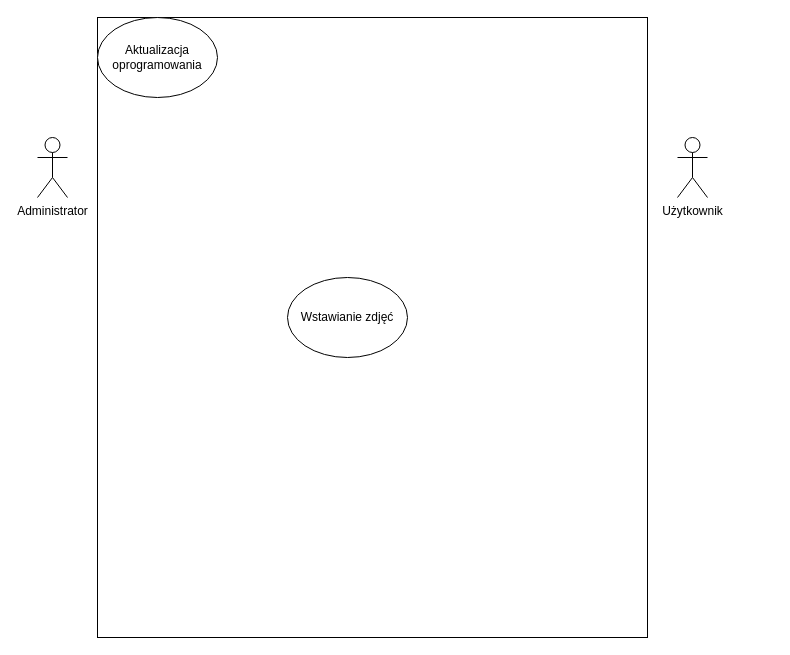
Above: Untitled Diagram.drawio in przemekszw/ReactApp (draw.io), before the change. Source tidied: cells renumbered, new cells numbered last; positions are measured from the earlier drawing's top-left corner, leaving out a move shared by most shapes. Both pictures are drawn from the tidied source at 100%, with x=0, y=0 at pixel (37, 17).
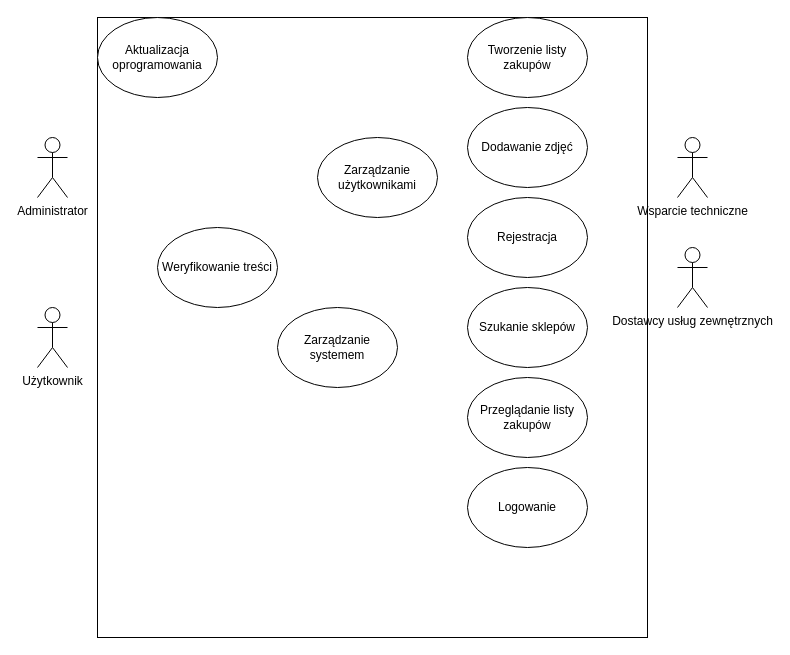
The same page after the edit.

What changed in the source:
```diff
@@
 <mxGraphModel>
   <root>
     <mxCell id="0" />
     <mxCell id="1" parent="0" />
     <mxCell id="2" value="&lt;div&gt;Administrator&lt;/div&gt;" style="shape=umlActor;verticalLabelPosition=bottom;verticalAlign=top;html=1;" parent="1" vertex="1">
       <mxGeometry y="120" width="30" height="60" as="geometry" />
     </mxCell>
     <mxCell id="3" value="&lt;div&gt;Użytkownik&lt;/div&gt;" style="shape=umlActor;verticalLabelPosition=bottom;verticalAlign=top;html=1;" parent="1" vertex="1">
-      <mxGeometry x="640" y="120" width="30" height="60" as="geometry" />
+      <mxGeometry y="290" width="30" height="60" as="geometry" />
     </mxCell>
     <mxCell id="4" style="rounded=0;whiteSpace=wrap;html=1;" parent="1" vertex="1">
       <mxGeometry x="60" width="550" height="620" as="geometry" />
     </mxCell>
     <mxCell id="5" value="&lt;div&gt;Aktualizacja oprogramowania&lt;/div&gt;" style="ellipse;whiteSpace=wrap;html=1;" parent="1" vertex="1">
       <mxGeometry x="60" width="120" height="80" as="geometry" />
     </mxCell>
-    <mxCell id="6" value="&lt;div&gt;Wstawianie zdjęć&lt;/div&gt;" style="ellipse;whiteSpace=wrap;html=1;" parent="1" vertex="1">
-      <mxGeometry x="250" y="260" width="120" height="80" as="geometry" />
+    <mxCell id="6" value="Przeglądanie listy zakupów" style="ellipse;whiteSpace=wrap;html=1;" parent="1" vertex="1">
+      <mxGeometry x="430" y="360" width="120" height="80" as="geometry" />
     </mxCell>
+    <mxCell id="7" value="Tworzenie listy zakupów" style="ellipse;whiteSpace=wrap;html=1;" parent="1" vertex="1">
+      <mxGeometry x="430" width="120" height="80" as="geometry" />
+    </mxCell>
+    <mxCell id="8" value="&lt;div&gt;Dodawanie zdjęć&lt;/div&gt;" style="ellipse;whiteSpace=wrap;html=1;" parent="1" vertex="1">
+      <mxGeometry x="430" y="90" width="120" height="80" as="geometry" />
+    </mxCell>
+    <mxCell id="9" value="&lt;div&gt;Logowanie&lt;/div&gt;" style="ellipse;whiteSpace=wrap;html=1;" parent="1" vertex="1">
+      <mxGeometry x="430" y="450" width="120" height="80" as="geometry" />
+    </mxCell>
+    <mxCell id="10" value="&lt;div&gt;Rejestracja&lt;/div&gt;" style="ellipse;whiteSpace=wrap;html=1;" parent="1" vertex="1">
+      <mxGeometry x="430" y="180" width="120" height="80" as="geometry" />
+    </mxCell>
+    <mxCell id="11" value="Szukanie sklepów" style="ellipse;whiteSpace=wrap;html=1;" parent="1" vertex="1">
+      <mxGeometry x="430" y="270" width="120" height="80" as="geometry" />
+    </mxCell>
+    <mxCell id="12" value="Zarządzanie użytkownikami" style="ellipse;whiteSpace=wrap;html=1;" parent="1" vertex="1">
+      <mxGeometry x="280" y="120" width="120" height="80" as="geometry" />
+    </mxCell>
+    <mxCell id="13" value="Zarządzanie systemem" style="ellipse;whiteSpace=wrap;html=1;" parent="1" vertex="1">
+      <mxGeometry x="240" y="290" width="120" height="80" as="geometry" />
+    </mxCell>
+    <mxCell id="14" value="Weryfikowanie treści" style="ellipse;whiteSpace=wrap;html=1;" parent="1" vertex="1">
+      <mxGeometry x="120" y="210" width="120" height="80" as="geometry" />
+    </mxCell>
+    <mxCell id="15" value="&lt;div&gt;Wsparcie techniczne&lt;/div&gt;" style="shape=umlActor;verticalLabelPosition=bottom;verticalAlign=top;html=1;" parent="1" vertex="1">
+      <mxGeometry x="640" y="120" width="30" height="60" as="geometry" />
+    </mxCell>
+    <mxCell id="16" value="Dostawcy usług zewnętrznych" style="shape=umlActor;verticalLabelPosition=bottom;verticalAlign=top;html=1;" parent="1" vertex="1">
+      <mxGeometry x="640" y="230" width="30" height="60" as="geometry" />
+    </mxCell>
   </root>
 </mxGraphModel>
```
